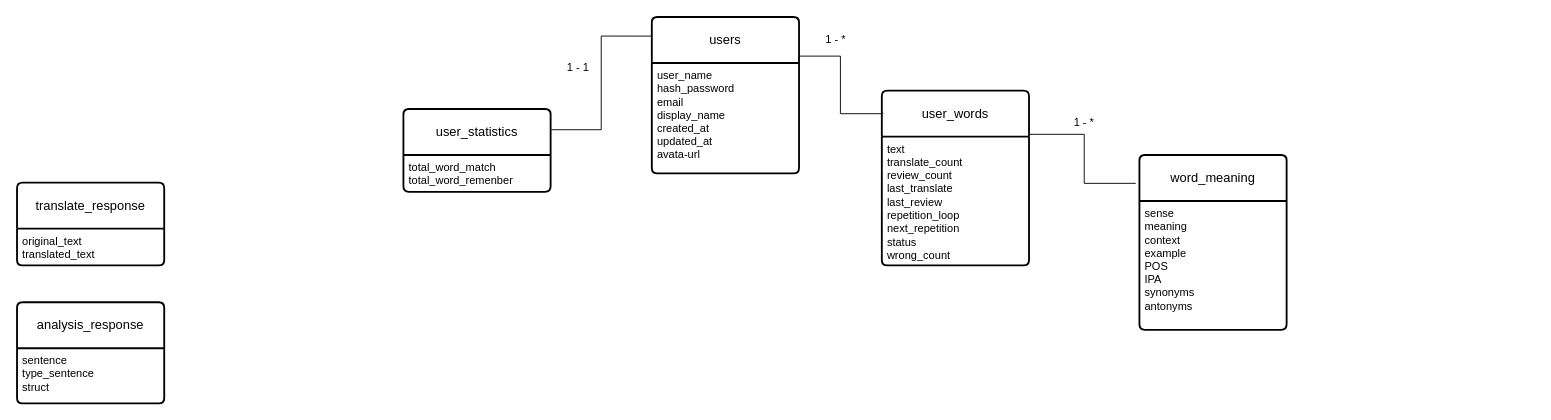
74Senpai/translate-study-project keeps this draw.io diagram as page "so-do-lop" (2 of 6) of system-design/uc-dia.drawio. Above is the earlier version. Source tidied: cells renumbered, new cells numbered last; positions are measured from the earlier drawing's top-left corner, leaving out a move shared by most shapes. Both pictures are drawn from the tidied source at 92%, with x=0, y=0 at pixel (17, 17).
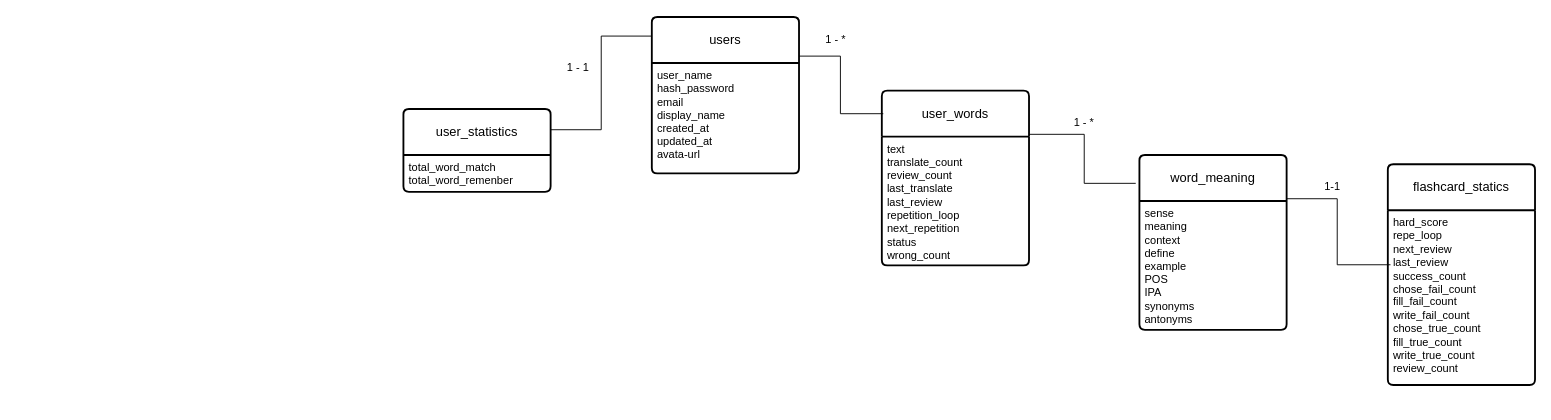
The same diagram, later.

What changed in the source:
```diff
@@
 <mxGraphModel>
   <root>
     <mxCell id="0" />
     <mxCell id="1" parent="0" />
     <mxCell id="2" value="users" style="swimlane;horizontal=1;startSize=50;rounded=1;fontSize=14;fontStyle=0;strokeWidth=2;shadow=0;dashed=0;align=center;arcSize=4;whiteSpace=wrap;html=1;" parent="1" vertex="1">
       <mxGeometry x="690" width="160" height="170" as="geometry" />
     </mxCell>
     <mxCell id="3" value="user_name&lt;div&gt;hash_password&lt;/div&gt;&lt;div&gt;email&lt;/div&gt;&lt;div&gt;display_name&lt;/div&gt;&lt;div&gt;created_at&lt;/div&gt;&lt;div&gt;updated_at&lt;/div&gt;&lt;div&gt;avata-url&lt;/div&gt;" style="align=left;strokeColor=none;fillColor=none;spacingLeft=4;spacingRight=4;fontSize=12;verticalAlign=top;html=1;whiteSpace=wrap;" parent="2" vertex="1">
       <mxGeometry y="50" width="160" height="120" as="geometry" />
     </mxCell>
     <mxCell id="4" value="user_statistics" style="swimlane;horizontal=1;startSize=50;rounded=1;fontSize=14;fontStyle=0;strokeWidth=2;shadow=0;dashed=0;align=center;arcSize=4;whiteSpace=wrap;html=1;" parent="1" vertex="1">
       <mxGeometry x="420" y="100" width="160" height="90" as="geometry" />
     </mxCell>
     <mxCell id="5" value="total_word_match&lt;div&gt;total_word_remenber&lt;/div&gt;" style="align=left;strokeColor=none;fillColor=none;spacingLeft=4;spacingRight=4;fontSize=12;verticalAlign=top;html=1;whiteSpace=wrap;" parent="4" vertex="1">
       <mxGeometry y="50" width="160" height="40" as="geometry" />
     </mxCell>
     <mxCell id="6" value="user_words" style="swimlane;horizontal=1;startSize=50;rounded=1;fontSize=14;fontStyle=0;strokeWidth=2;shadow=0;dashed=0;align=center;arcSize=4;whiteSpace=wrap;html=1;" parent="1" vertex="1">
       <mxGeometry x="940" y="80" width="160" height="190" as="geometry" />
     </mxCell>
     <mxCell id="7" value="&lt;div&gt;text&lt;/div&gt;&lt;div&gt;translate_count&lt;/div&gt;&lt;div&gt;review_count&lt;/div&gt;&lt;div&gt;last_translate&lt;/div&gt;&lt;div&gt;last_review&lt;/div&gt;&lt;div&gt;repetition_loop&lt;/div&gt;&lt;div&gt;next_repetition&lt;/div&gt;&lt;div&gt;status&lt;/div&gt;&lt;div&gt;wrong_count&lt;/div&gt;" style="align=left;strokeColor=none;fillColor=none;spacingLeft=4;spacingRight=4;fontSize=12;verticalAlign=top;html=1;whiteSpace=wrap;" parent="6" vertex="1">
       <mxGeometry y="50" width="160" height="140" as="geometry" />
     </mxCell>
     <mxCell id="8" value="word_meaning" style="swimlane;horizontal=1;startSize=50;rounded=1;fontSize=14;fontStyle=0;strokeWidth=2;shadow=0;dashed=0;align=center;arcSize=4;whiteSpace=wrap;html=1;" parent="1" vertex="1">
       <mxGeometry x="1220" y="150" width="160" height="190" as="geometry" />
     </mxCell>
-    <mxCell id="9" value="sense&lt;div&gt;meaning&lt;/div&gt;&lt;div&gt;context&lt;/div&gt;&lt;div&gt;example&lt;/div&gt;&lt;div&gt;POS&lt;/div&gt;&lt;div&gt;IPA&lt;/div&gt;&lt;div&gt;synonyms&lt;/div&gt;&lt;div&gt;antonyms&lt;/div&gt;" style="align=left;strokeColor=none;fillColor=none;spacingLeft=4;spacingRight=4;fontSize=12;verticalAlign=top;html=1;whiteSpace=wrap;" parent="8" vertex="1">
+    <mxCell id="9" value="sense&lt;div&gt;meaning&lt;/div&gt;&lt;div&gt;context&lt;/div&gt;&lt;div&gt;define&lt;/div&gt;&lt;div&gt;example&lt;/div&gt;&lt;div&gt;POS&lt;/div&gt;&lt;div&gt;IPA&lt;/div&gt;&lt;div&gt;synonyms&lt;/div&gt;&lt;div&gt;antonyms&lt;/div&gt;" style="align=left;strokeColor=none;fillColor=none;spacingLeft=4;spacingRight=4;fontSize=12;verticalAlign=top;html=1;whiteSpace=wrap;" parent="8" vertex="1">
       <mxGeometry y="50" width="160" height="140" as="geometry" />
     </mxCell>
-    <mxCell id="10" value="translate_response" style="swimlane;horizontal=1;startSize=50;rounded=1;fontSize=14;fontStyle=0;strokeWidth=2;shadow=0;dashed=0;align=center;arcSize=4;whiteSpace=wrap;html=1;" parent="1" vertex="1">
-      <mxGeometry y="180" width="160" height="90" as="geometry" />
-    </mxCell>
-    <mxCell id="11" value="original_text&lt;div&gt;translated_text&lt;/div&gt;" style="align=left;strokeColor=none;fillColor=none;spacingLeft=4;spacingRight=4;fontSize=12;verticalAlign=top;html=1;whiteSpace=wrap;" parent="10" vertex="1">
-      <mxGeometry y="50" width="160" height="40" as="geometry" />
-    </mxCell>
-    <mxCell id="12" value="analysis_response" style="swimlane;horizontal=1;startSize=50;rounded=1;fontSize=14;fontStyle=0;strokeWidth=2;shadow=0;dashed=0;align=center;arcSize=4;whiteSpace=wrap;html=1;" parent="1" vertex="1">
-      <mxGeometry y="310" width="160" height="110" as="geometry" />
-    </mxCell>
-    <mxCell id="13" value="sentence&lt;div&gt;type_sentence&lt;/div&gt;&lt;div&gt;struct&lt;/div&gt;" style="align=left;strokeColor=none;fillColor=none;spacingLeft=4;spacingRight=4;fontSize=12;verticalAlign=top;html=1;whiteSpace=wrap;" parent="12" vertex="1">
-      <mxGeometry y="50" width="160" height="60" as="geometry" />
-    </mxCell>
     <mxCell id="14" style="edgeStyle=orthogonalEdgeStyle;rounded=0;jettySize=auto;html=1;exitX=1;exitY=0.25;exitDx=0;exitDy=0;entryX=0.01;entryY=0.132;entryDx=0;entryDy=0;entryPerimeter=0;endArrow=none;endFill=0;" parent="1" edge="1" source="2" target="6">
       <mxGeometry relative="1" as="geometry" />
     </mxCell>
     <mxCell id="15" style="edgeStyle=orthogonalEdgeStyle;rounded=0;jettySize=auto;html=1;exitX=1;exitY=0.25;exitDx=0;exitDy=0;entryX=-0.025;entryY=0.162;entryDx=0;entryDy=0;entryPerimeter=0;endArrow=none;endFill=0;" parent="1" edge="1" source="6" target="8">
       <mxGeometry relative="1" as="geometry" />
     </mxCell>
     <mxCell id="16" style="edgeStyle=orthogonalEdgeStyle;rounded=0;jettySize=auto;html=1;exitX=1;exitY=0.25;exitDx=0;exitDy=0;entryX=0;entryY=0.122;entryDx=0;entryDy=0;entryPerimeter=0;endArrow=none;endFill=0;" parent="1" edge="1" source="4" target="2">
       <mxGeometry relative="1" as="geometry" />
     </mxCell>
     <mxCell id="17" value="1 - 1" style="text;html=1;whiteSpace=wrap;strokeColor=none;fillColor=none;align=center;verticalAlign=middle;rounded=0;" parent="1" vertex="1">
       <mxGeometry x="580" y="40" width="60" height="30" as="geometry" />
     </mxCell>
     <mxCell id="18" value="1 - *" style="text;html=1;whiteSpace=wrap;strokeColor=none;fillColor=none;align=center;verticalAlign=middle;rounded=0;" parent="1" vertex="1">
       <mxGeometry x="860" y="10" width="60" height="30" as="geometry" />
     </mxCell>
     <mxCell id="19" value="1 - *" style="text;html=1;whiteSpace=wrap;strokeColor=none;fillColor=none;align=center;verticalAlign=middle;rounded=0;" parent="1" vertex="1">
       <mxGeometry x="1130" y="100" width="60" height="30" as="geometry" />
     </mxCell>
+    <mxCell id="20" value="flashcard_statics" style="swimlane;horizontal=1;startSize=50;rounded=1;fontSize=14;fontStyle=0;strokeWidth=2;shadow=0;dashed=0;align=center;arcSize=4;whiteSpace=wrap;html=1;" parent="1" vertex="1">
+      <mxGeometry x="1490" y="160" width="160" height="240" as="geometry" />
+    </mxCell>
+    <mxCell id="21" value="&lt;div&gt;hard_score&lt;/div&gt;&lt;div&gt;repe_loop&lt;/div&gt;&lt;div&gt;next_review&lt;/div&gt;&lt;div&gt;last_review&lt;/div&gt;&lt;div&gt;success_count&lt;/div&gt;&lt;div&gt;chose_fail_count&lt;/div&gt;&lt;div&gt;fill_fail_count&lt;/div&gt;&lt;div&gt;write_fail_count&lt;/div&gt;&lt;div&gt;&lt;div&gt;chose_true_count&lt;/div&gt;&lt;div&gt;fill_true_count&lt;/div&gt;&lt;div&gt;write_true_count&lt;/div&gt;&lt;div&gt;review_count&lt;/div&gt;&lt;/div&gt;" style="align=left;strokeColor=none;fillColor=none;spacingLeft=4;spacingRight=4;fontSize=12;verticalAlign=top;html=1;whiteSpace=wrap;" parent="20" vertex="1">
+      <mxGeometry y="50" width="160" height="190" as="geometry" />
+    </mxCell>
+    <mxCell id="22" style="edgeStyle=orthogonalEdgeStyle;rounded=0;jettySize=auto;html=1;exitX=1;exitY=0.25;exitDx=0;exitDy=0;entryX=0.018;entryY=0.312;entryDx=0;entryDy=0;entryPerimeter=0;endArrow=none;endFill=0;" parent="1" edge="1" source="8" target="21">
+      <mxGeometry relative="1" as="geometry" />
+    </mxCell>
+    <mxCell id="23" value="1-1" style="text;html=1;whiteSpace=wrap;strokeColor=none;fillColor=none;align=center;verticalAlign=middle;rounded=0;" parent="1" vertex="1">
+      <mxGeometry x="1400" y="170" width="60" height="30" as="geometry" />
+    </mxCell>
   </root>
 </mxGraphModel>
```
